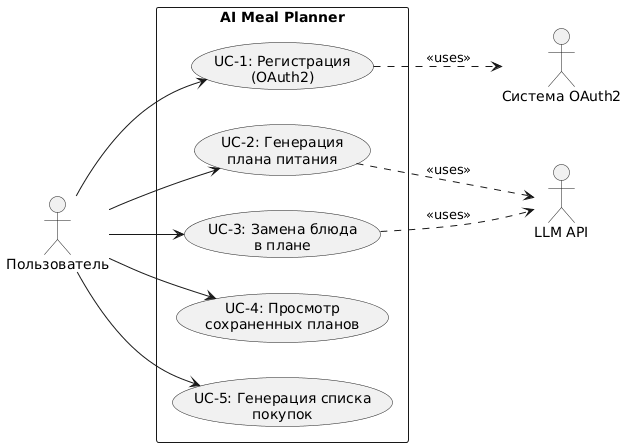
vstu-sii/master-2025-team-usb keeps this PlantUML diagram as utils/uml-d.png. Above is the earlier version. Its diagram source:
```plantuml
@startuml
left to right direction
skinparam packageStyle rectangle

actor "Пользователь" as User
actor "Система OAuth2" as OAuth
actor "LLM API" as LLM

rectangle "AI Meal Planner" {
  usecase "UC-1: Регистрация\n(OAuth2)" as UC1
  usecase "UC-2: Генерация\nплана питания" as UC2
  usecase "UC-3: Замена блюда\nв плане" as UC3
  usecase "UC-4: Просмотр\nсохраненных планов" as UC4
  usecase "UC-5: Генерация списка\nпокупок" as UC5
}

User --> UC1
User --> UC2
User --> UC3
User --> UC4
User --> UC5

UC1 ..> OAuth : <<uses>>
UC2 ..> LLM : <<uses>>
UC3 ..> LLM : <<uses>>
@enduml
```
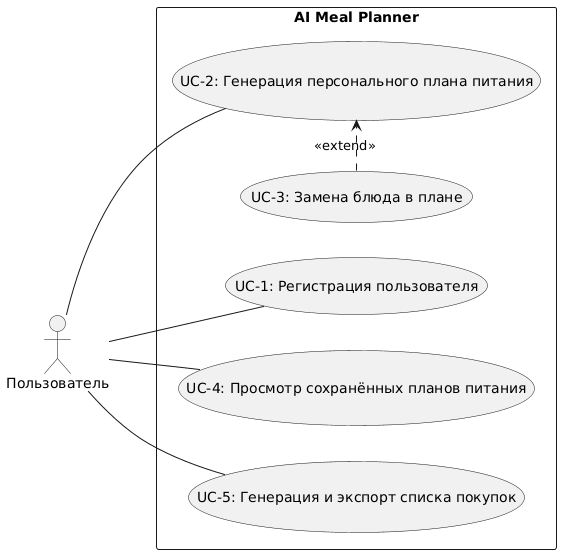
After the commit.

The edit, as a diff of the source:
```diff
@@ -1,26 +1,20 @@
 @startuml
 left to right direction
-skinparam packageStyle rectangle
-
 actor "Пользователь" as User
-actor "Система OAuth2" as OAuth
-actor "LLM API" as LLM
 
 rectangle "AI Meal Planner" {
-  usecase "UC-1: Регистрация\n(OAuth2)" as UC1
-  usecase "UC-2: Генерация\nплана питания" as UC2
-  usecase "UC-3: Замена блюда\nв плане" as UC3
-  usecase "UC-4: Просмотр\nсохраненных планов" as UC4
-  usecase "UC-5: Генерация списка\nпокупок" as UC5
+  usecase "UC-1: Регистрация пользователя" as UC1
+  usecase "UC-2: Генерация персонального плана питания" as UC2
+  usecase "UC-4: Просмотр сохранённых планов питания" as UC4
+  usecase "UC-5: Генерация и экспорт списка покупок" as UC5
+
+  usecase "UC-3: Замена блюда в плане" as UC3
+
+  UC3 .> UC2 : <<extend>>
 }
 
-User --> UC1
-User --> UC2
-User --> UC3
-User --> UC4
-User --> UC5
-
-UC1 ..> OAuth : <<uses>>
-UC2 ..> LLM : <<uses>>
-UC3 ..> LLM : <<uses>>
+User -- UC1
+User -- UC2
+User -- UC4
+User -- UC5
 @enduml
```
